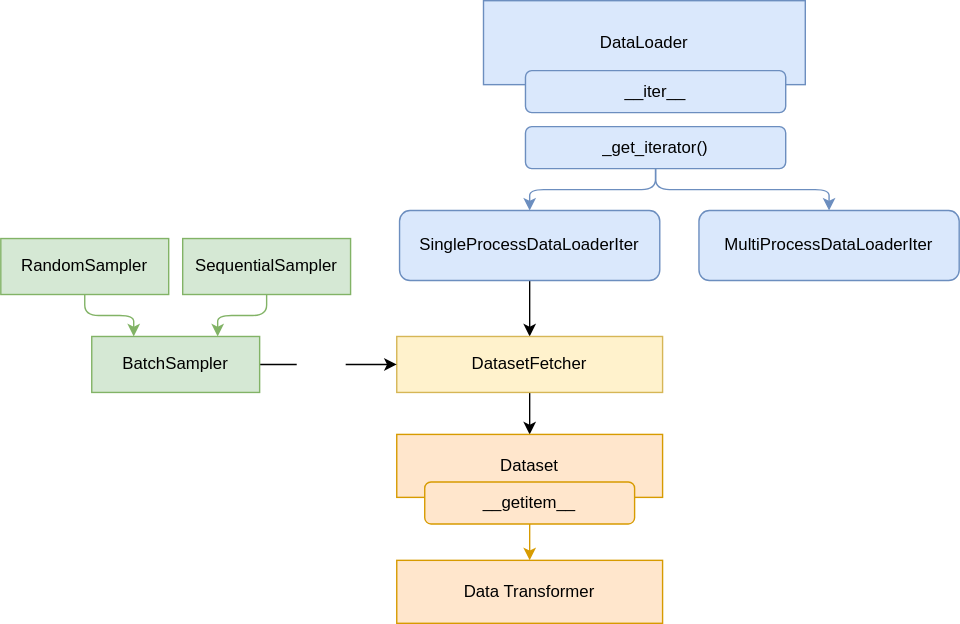
Before: pytorch-basics/assets/DataLoading_pipeliine.drawio.svg, a diagram exported from draw.io (awmthink/pytorch-in-action). Source tidied: cells renumbered, new cells last; positions are measured from the earlier drawing's top-left corner, leaving out a move shared by most shapes.
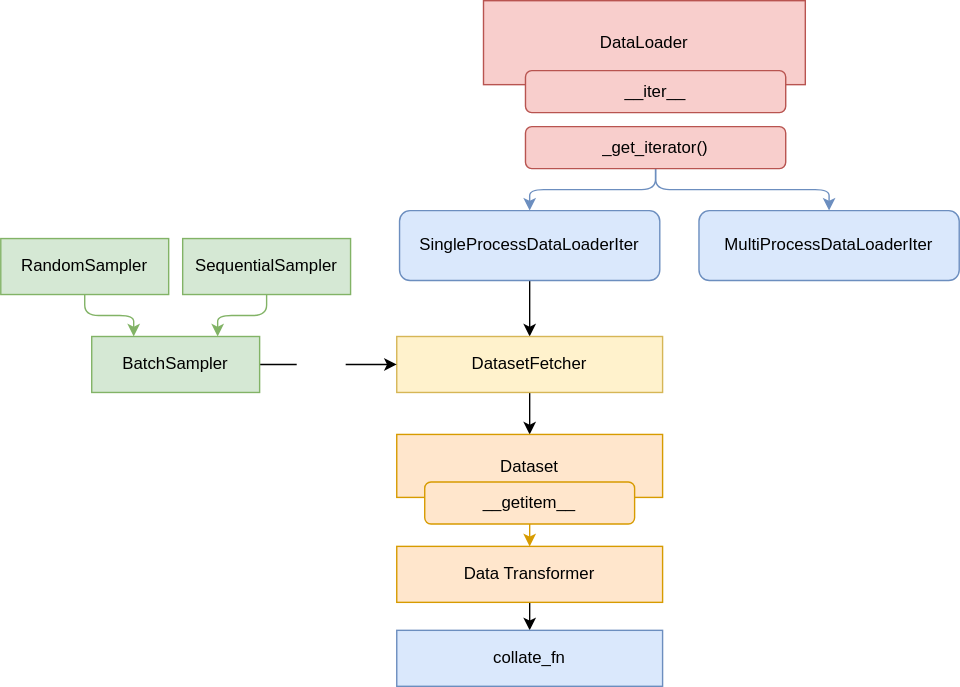
Later version of the same file.

Diff of the diagram source:
```diff
@@ -2,10 +2,10 @@
   <root>
     <mxCell id="0" />
     <mxCell id="1" parent="0" />
-    <mxCell id="2" value="DataLoader" style="rounded=0;whiteSpace=wrap;html=1;fillColor=#dae8fc;strokeColor=#6c8ebf;fontColor=#000000;" parent="1" vertex="1">
+    <mxCell id="2" value="DataLoader" style="rounded=0;whiteSpace=wrap;html=1;fillColor=#f8cecc;strokeColor=#b85450;fontColor=#000000;" parent="1" vertex="1">
       <mxGeometry x="345" width="230" height="60" as="geometry" />
     </mxCell>
-    <mxCell id="3" value="__iter__" style="rounded=1;whiteSpace=wrap;html=1;fillColor=#dae8fc;strokeColor=#6c8ebf;fontColor=#000000;" parent="1" vertex="1">
+    <mxCell id="3" value="__iter__" style="rounded=1;whiteSpace=wrap;html=1;fillColor=#f8cecc;strokeColor=#b85450;fontColor=#000000;" parent="1" vertex="1">
       <mxGeometry x="375" y="50" width="186" height="30" as="geometry" />
     </mxCell>
     <mxCell id="4" style="edgeStyle=orthogonalEdgeStyle;html=1;exitX=0.5;exitY=1;exitDx=0;exitDy=0;entryX=0.5;entryY=0;entryDx=0;entryDy=0;fillColor=#dae8fc;strokeColor=#6c8ebf;fontColor=#000000;" parent="1" edge="1" source="6" target="8">
@@ -14,7 +14,7 @@
     <mxCell id="5" style="edgeStyle=orthogonalEdgeStyle;html=1;exitX=0.5;exitY=1;exitDx=0;exitDy=0;fillColor=#dae8fc;strokeColor=#6c8ebf;fontColor=#000000;" parent="1" edge="1" source="6" target="9">
       <mxGeometry relative="1" as="geometry" />
     </mxCell>
-    <mxCell id="6" value="_get_iterator()" style="rounded=1;whiteSpace=wrap;html=1;fillColor=#dae8fc;strokeColor=#6c8ebf;fontColor=#000000;" parent="1" vertex="1">
+    <mxCell id="6" value="_get_iterator()" style="rounded=1;whiteSpace=wrap;html=1;fillColor=#f8cecc;strokeColor=#b85450;fontColor=#000000;" parent="1" vertex="1">
       <mxGeometry x="375" y="90" width="186" height="30" as="geometry" />
     </mxCell>
     <mxCell id="7" style="edgeStyle=orthogonalEdgeStyle;html=1;exitX=0.5;exitY=1;exitDx=0;exitDy=0;entryX=0.5;entryY=0;entryDx=0;entryDy=0;fontColor=#000000;" parent="1" edge="1" source="8" target="11">
@@ -64,8 +64,14 @@
     <mxCell id="21" value="__getitem__" style="rounded=1;whiteSpace=wrap;html=1;fillColor=#ffe6cc;strokeColor=#d79b00;fontColor=#000000;" parent="1" vertex="1">
       <mxGeometry x="303" y="344" width="150" height="30" as="geometry" />
     </mxCell>
+    <mxCell id="23" style="edgeStyle=none;html=1;exitX=0.5;exitY=1;exitDx=0;exitDy=0;entryX=0.5;entryY=0;entryDx=0;entryDy=0;" parent="1" edge="1" source="22" target="24">
+      <mxGeometry relative="1" as="geometry" />
+    </mxCell>
     <mxCell id="22" value="Data Transformer" style="rounded=0;whiteSpace=wrap;html=1;fillColor=#ffe6cc;strokeColor=#d79b00;fontColor=#000000;" parent="1" vertex="1">
-      <mxGeometry x="283" y="400" width="190" height="45" as="geometry" />
+      <mxGeometry x="283" y="390" width="190" height="40" as="geometry" />
     </mxCell>
+    <mxCell id="24" value="&lt;font color=&quot;#000000&quot;&gt;collate_fn&lt;/font&gt;" style="rounded=0;whiteSpace=wrap;html=1;fillColor=#dae8fc;strokeColor=#6c8ebf;" parent="1" vertex="1">
+      <mxGeometry x="283" y="450" width="190" height="40" as="geometry" />
+    </mxCell>
   </root>
 </mxGraphModel>
```
